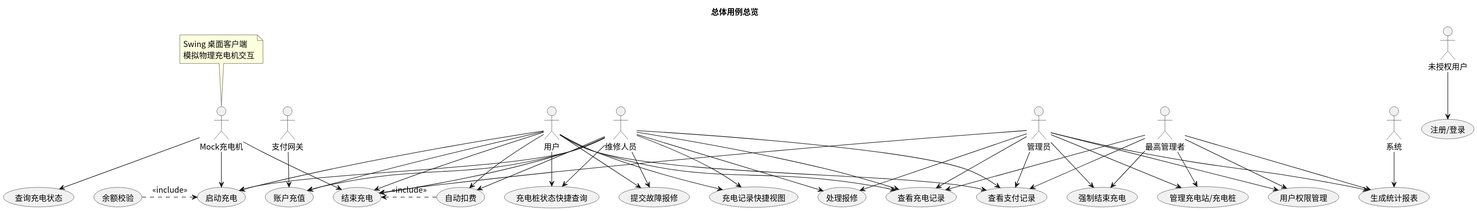
Above: usecase/docs/overview/img/usecase_overall.svg in greenhandzdl/charging-station-doc (PlantUML), before the change.
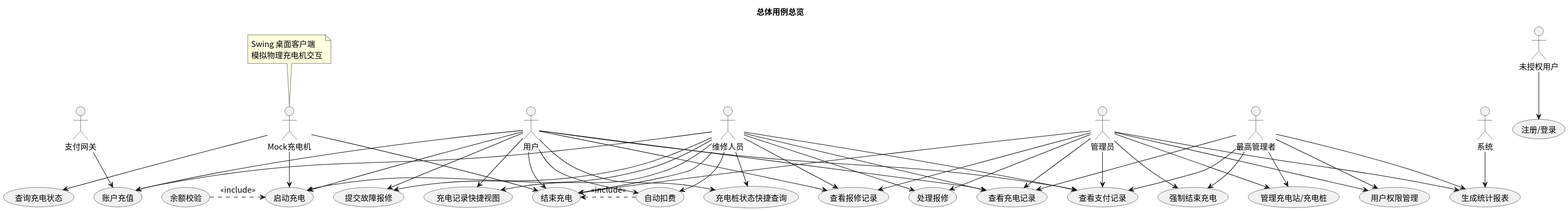
After the commit.

The edit, as a diff of the source:
```diff
@@ -29,6 +29,7 @@
 usecase "生成统计报表" as GS
 usecase "充电记录快捷视图" as QV
 usecase "充电桩状态快捷查询" as QC
+usecase "查看报修记录" as VR
 usecase "查询充电状态" as QC_CM
 
 G --> UC
@@ -42,6 +43,7 @@
 U --> SRT
 U --> QV
 U --> QC
+U --> VR
 
 M --> RA
 M --> SC
@@ -53,12 +55,14 @@
 M --> HR
 M --> QV
 M --> QC
+M --> VR
 
 A --> MM
 A --> PM
 A --> VCR
 A --> VPR
 A --> HR
+A --> VR
 A --> GS
 A --> FSC
 A --> EC
```
